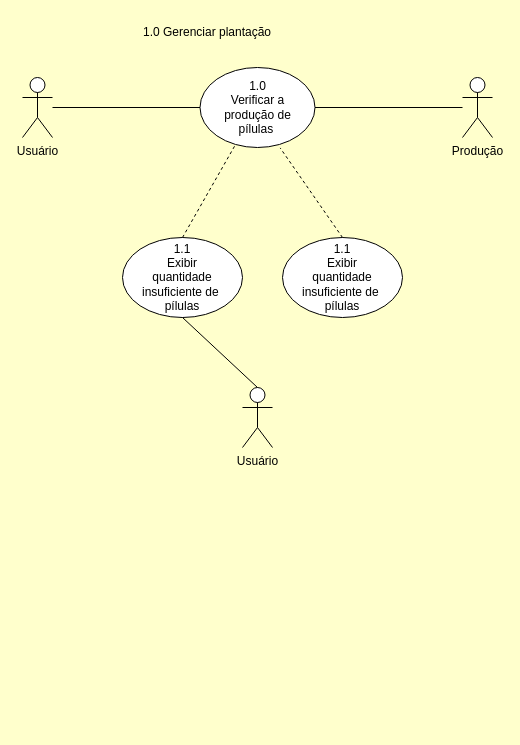
The draw.io diagram Tarefa1.drawio in ZardsMK/Trabahlo-DrawIO, before the edit. Source tidied: cells renumbered, new cells numbered last; positions are measured from the earlier drawing's top-left corner, leaving out a move shared by most shapes. Both pictures are drawn from the tidied source at 100%, with x=0, y=0 at pixel (22, 17).
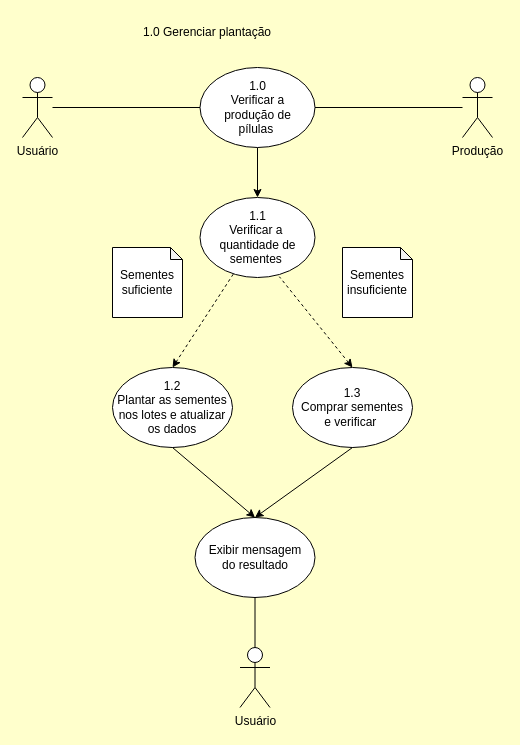
Above is the later version.

Unchanged cells that the change refers to:
```xml
<mxCell id="5" value="&lt;div&gt;1.0&lt;/div&gt;Verificar a&lt;div&gt;produção de&lt;/div&gt;&lt;div&gt;pílulas&amp;nbsp;&lt;/div&gt;" style="ellipse;whiteSpace=wrap;html=1;" parent="1" vertex="1">
  <mxGeometry x="177.5" y="50" width="115" height="80" as="geometry" />
</mxCell>
```

Diff of the diagram source:
```diff
@@
+    <mxCell id="14" style="edgeStyle=orthogonalEdgeStyle;rounded=0;jettySize=auto;html=1;entryX=0.5;entryY=0;entryDx=0;entryDy=0;" parent="1" edge="1" source="5" target="15">
+      <mxGeometry relative="1" as="geometry" />
+    </mxCell>
@@
-    <mxCell id="7" value="&lt;div&gt;1.1&lt;/div&gt;Exibir&lt;div&gt;quantidade&lt;/div&gt;&lt;div&gt;insuficiente de&amp;nbsp;&lt;/div&gt;&lt;div&gt;pílulas&lt;/div&gt;" style="ellipse;whiteSpace=wrap;html=1;" parent="1" vertex="1">
-      <mxGeometry x="100" y="220" width="120" height="80" as="geometry" />
+    <mxCell id="7" value="&lt;div&gt;1.2&lt;/div&gt;Plantar as&amp;nbsp;&lt;span style=&quot;background-color: transparent; color: light-dark(rgb(0, 0, 0), rgb(255, 255, 255));&quot;&gt;sementes&lt;/span&gt;&lt;div&gt;nos lotes e&amp;nbsp;&lt;span style=&quot;background-color: transparent; color: light-dark(rgb(0, 0, 0), rgb(255, 255, 255));&quot;&gt;atualizar&lt;/span&gt;&lt;/div&gt;&lt;div&gt;&lt;span style=&quot;background-color: transparent; color: light-dark(rgb(0, 0, 0), rgb(255, 255, 255));&quot;&gt;os dados&lt;/span&gt;&lt;/div&gt;" style="ellipse;whiteSpace=wrap;html=1;" parent="1" vertex="1">
+      <mxGeometry x="90" y="350" width="120" height="80" as="geometry" />
     </mxCell>
@@
     <mxCell id="9" value="Usuário" style="shape=umlActor;verticalLabelPosition=bottom;verticalAlign=top;html=1;outlineConnect=0;" parent="1" vertex="1">
-      <mxGeometry x="220" y="370" width="30" height="60" as="geometry" />
+      <mxGeometry x="217.5" y="630" width="30" height="60" as="geometry" />
     </mxCell>
-    <mxCell id="10" style="endArrow=none;html=1;rounded=0;entryX=0.5;entryY=1;entryDx=0;entryDy=0;exitX=0.5;exitY=0;exitDx=0;exitDy=0;exitPerimeter=0;" parent="1" edge="1" source="9" target="7">
-      <mxGeometry relative="1" as="geometry" />
-    </mxCell>
-    <mxCell id="11" value="&lt;div&gt;1.1&lt;/div&gt;Exibir&lt;div&gt;quantidade&lt;/div&gt;&lt;div&gt;insuficiente de&amp;nbsp;&lt;/div&gt;&lt;div&gt;pílulas&lt;/div&gt;" style="ellipse;whiteSpace=wrap;html=1;" parent="1" vertex="1">
-      <mxGeometry x="260" y="220" width="120" height="80" as="geometry" />
+    <mxCell id="11" value="&lt;div&gt;1.3&lt;/div&gt;Comprar sementes&lt;div&gt;e verificar&amp;nbsp;&lt;/div&gt;" style="ellipse;whiteSpace=wrap;html=1;" parent="1" vertex="1">
+      <mxGeometry x="270" y="350" width="120" height="80" as="geometry" />
     </mxCell>
-    <mxCell id="12" style="endArrow=none;dashed=1;html=1;rounded=0;entryX=0.3;entryY=0.985;entryDx=0;entryDy=0;entryPerimeter=0;exitX=0.5;exitY=0;exitDx=0;exitDy=0;" parent="1" edge="1" source="7" target="5">
+    <mxCell id="12" style="endArrow=none;dashed=1;html=1;rounded=0;exitX=0.5;exitY=0;exitDx=0;exitDy=0;entryX=0.293;entryY=0.95;entryDx=0;entryDy=0;entryPerimeter=0;endFill=1;startFill=1;startArrow=classic;" parent="1" edge="1" source="7" target="15">
       <mxGeometry relative="1" as="geometry" />
     </mxCell>
-    <mxCell id="13" style="endArrow=none;dashed=1;html=1;rounded=0;entryX=0.697;entryY=1.005;entryDx=0;entryDy=0;entryPerimeter=0;exitX=0.5;exitY=0;exitDx=0;exitDy=0;" parent="1" edge="1" source="11" target="5">
+    <mxCell id="13" style="endArrow=none;dashed=1;html=1;rounded=0;entryX=0.69;entryY=0.99;entryDx=0;entryDy=0;entryPerimeter=0;exitX=0.5;exitY=0;exitDx=0;exitDy=0;startArrow=classic;startFill=1;" parent="1" edge="1" source="11" target="15">
       <mxGeometry relative="1" as="geometry" />
     </mxCell>
+    <mxCell id="15" value="&lt;div&gt;1.1&lt;/div&gt;Verificar a&amp;nbsp;&lt;div&gt;&lt;span style=&quot;background-color: transparent; color: light-dark(rgb(0, 0, 0), rgb(255, 255, 255));&quot;&gt;quantidade de&lt;/span&gt;&lt;/div&gt;&lt;div&gt;&lt;span style=&quot;background-color: transparent; color: light-dark(rgb(0, 0, 0), rgb(255, 255, 255));&quot;&gt;sementes&amp;nbsp;&lt;/span&gt;&lt;/div&gt;" style="ellipse;whiteSpace=wrap;html=1;" parent="1" vertex="1">
+      <mxGeometry x="177.5" y="180" width="115" height="80" as="geometry" />
+    </mxCell>
+    <mxCell id="16" value="Sementes&lt;div&gt;&lt;div&gt;suficiente&lt;/div&gt;&lt;/div&gt;" style="shape=note;whiteSpace=wrap;html=1;backgroundOutline=1;darkOpacity=0.05;size=12;" parent="1" vertex="1">
+      <mxGeometry x="90" y="230" width="70" height="70" as="geometry" />
+    </mxCell>
+    <mxCell id="17" value="Sementes&lt;div&gt;&lt;div&gt;&lt;div&gt;insuficiente&lt;/div&gt;&lt;/div&gt;&lt;/div&gt;" style="shape=note;whiteSpace=wrap;html=1;backgroundOutline=1;darkOpacity=0.05;size=12;" parent="1" vertex="1">
+      <mxGeometry x="320" y="230" width="70" height="70" as="geometry" />
+    </mxCell>
+    <mxCell id="18" value="Exibir mensagem&lt;div&gt;do resultado&lt;/div&gt;" style="ellipse;whiteSpace=wrap;html=1;" parent="1" vertex="1">
+      <mxGeometry x="172.5" y="500" width="120" height="80" as="geometry" />
+    </mxCell>
+    <mxCell id="19" style="endArrow=none;html=1;rounded=0;entryX=0.5;entryY=1;entryDx=0;entryDy=0;exitX=0.5;exitY=0;exitDx=0;exitDy=0;startArrow=classic;startFill=1;" parent="1" edge="1" source="18" target="7">
+      <mxGeometry relative="1" as="geometry" />
+    </mxCell>
+    <mxCell id="20" style="endArrow=none;html=1;rounded=0;entryX=0.5;entryY=1;entryDx=0;entryDy=0;exitX=0.5;exitY=0;exitDx=0;exitDy=0;startArrow=classic;startFill=1;" parent="1" edge="1" source="18" target="11">
+      <mxGeometry relative="1" as="geometry" />
+    </mxCell>
+    <mxCell id="21" style="endArrow=none;html=1;rounded=0;entryX=0.5;entryY=1;entryDx=0;entryDy=0;exitX=0.5;exitY=0;exitDx=0;exitDy=0;exitPerimeter=0;" parent="1" edge="1" source="9" target="18">
+      <mxGeometry relative="1" as="geometry" />
+    </mxCell>
```
